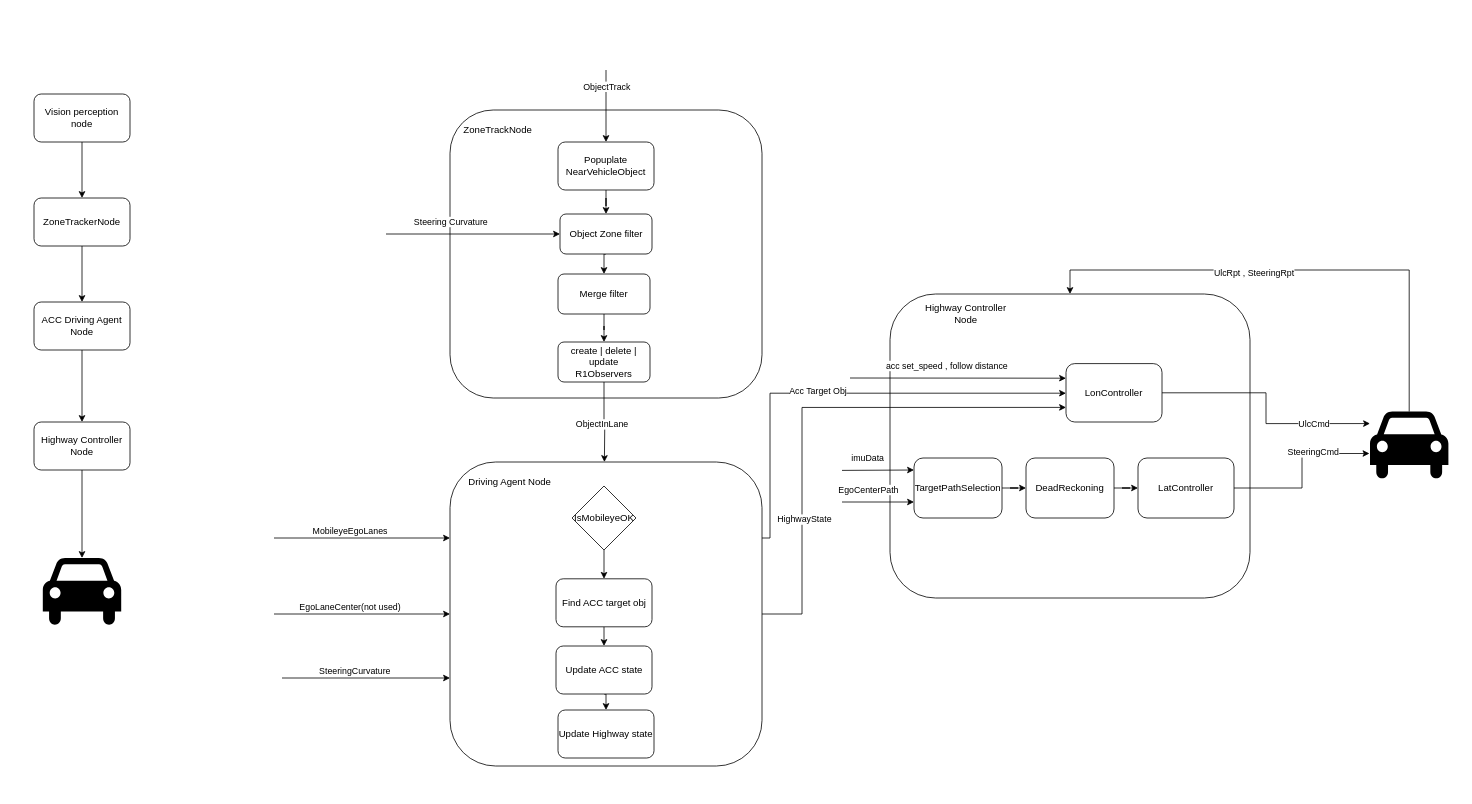
Before: dataspeed_lka_acc.drawio in Narendarselva/autoware_docs, a draw.io diagram. Source tidied: cells renumbered, new cells numbered last; positions are measured from the earlier drawing's top-left corner, leaving out a move shared by most shapes. Both pictures are drawn from the tidied source at 80%, with x=0, y=0 at pixel (34, 70).
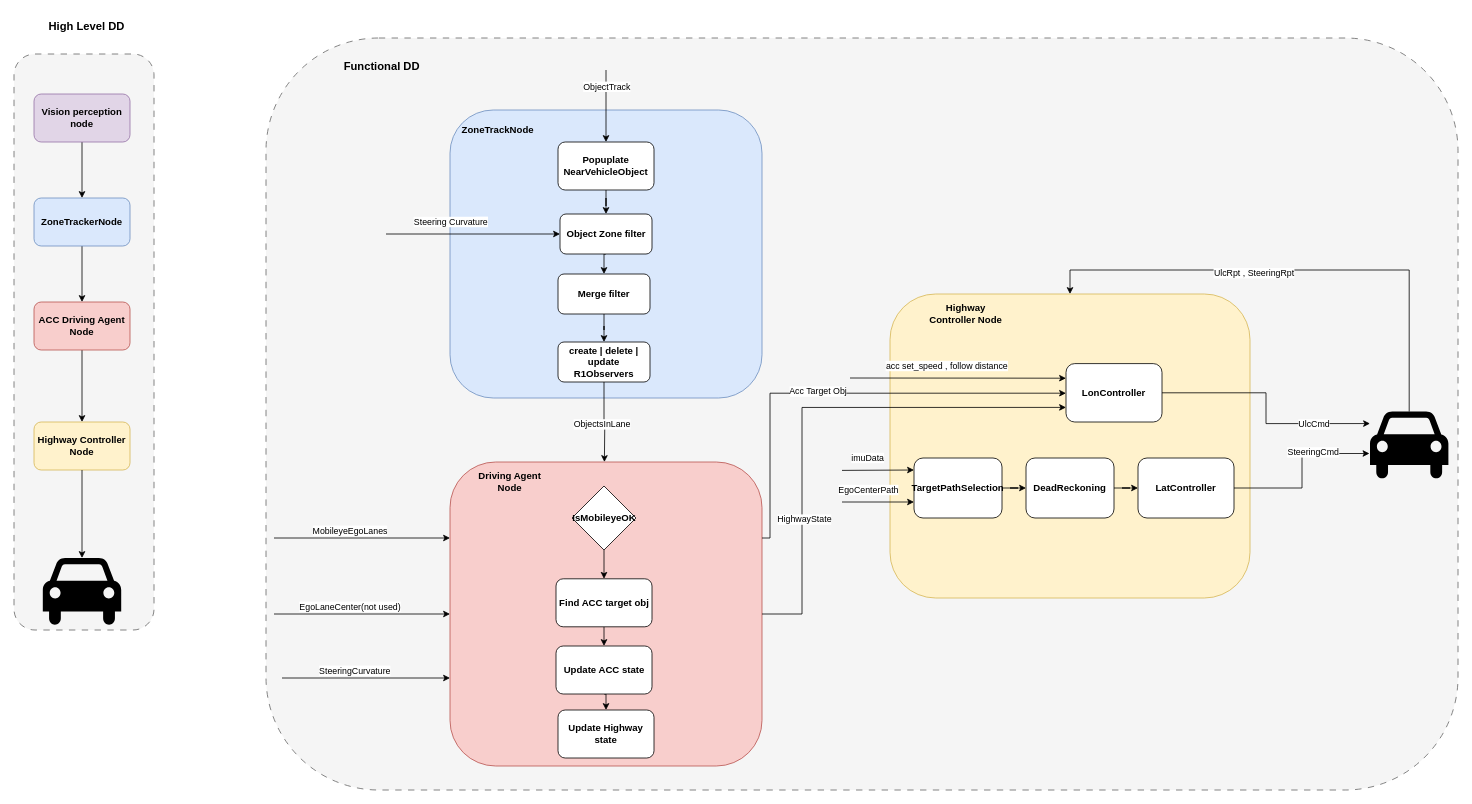
After the change.

Unchanged cells that the change refers to:
```xml
<mxCell id="21" style="edgeStyle=orthogonalEdgeStyle;rounded=0;jettySize=auto;html=1;exitX=0.5;exitY=1;exitDx=0;exitDy=0;" parent="1" edge="1" source="23">
  <mxGeometry relative="1" as="geometry">
    <mxPoint x="713" y="490" as="targetPoint" />
  </mxGeometry>
</mxCell>
```

Diff of the diagram source:
```diff
@@
+    <mxCell id="66" style="rounded=1;whiteSpace=wrap;html=1;dashed=1;dashPattern=8 8;fillColor=#f5f5f5;fontColor=#333333;strokeColor=#666666;" parent="1" vertex="1">
+      <mxGeometry x="290" y="-40" width="1490" height="940" as="geometry" />
+    </mxCell>
+    <mxCell id="67" style="rounded=1;whiteSpace=wrap;html=1;dashed=1;dashPattern=8 8;fillColor=#f5f5f5;fontColor=#333333;strokeColor=#666666;" parent="1" vertex="1">
+      <mxGeometry x="-25" y="-20" width="175" height="720" as="geometry" />
+    </mxCell>
-    <mxCell id="2" style="rounded=1;whiteSpace=wrap;html=1;" parent="1" vertex="1">
+    <mxCell id="2" style="rounded=1;whiteSpace=wrap;html=1;fillColor=#f8cecc;strokeColor=#b85450;" parent="1" vertex="1">
       <mxGeometry x="520" y="490" width="390" height="380" as="geometry" />
     </mxCell>
@@
-    <mxCell id="4" value="ACC Driving Agent Node" style="rounded=1;whiteSpace=wrap;html=1;" parent="1" vertex="1">
+    <mxCell id="4" value="&lt;b&gt;ACC Driving Agent Node&lt;/b&gt;" style="rounded=1;whiteSpace=wrap;html=1;fillColor=#f8cecc;strokeColor=#b85450;" parent="1" vertex="1">
       <mxGeometry y="290" width="120" height="60" as="geometry" />
     </mxCell>
@@
-    <mxCell id="6" value="ZoneTrackerNode" style="rounded=1;whiteSpace=wrap;html=1;" parent="1" vertex="1">
+    <mxCell id="6" value="&lt;b&gt;ZoneTrackerNode&lt;/b&gt;" style="rounded=1;whiteSpace=wrap;html=1;fillColor=#dae8fc;strokeColor=#6c8ebf;" parent="1" vertex="1">
       <mxGeometry y="160" width="120" height="60" as="geometry" />
     </mxCell>
-    <mxCell id="7" value="Highway Controller Node" style="rounded=1;whiteSpace=wrap;html=1;" parent="1" vertex="1">
+    <mxCell id="7" value="&lt;b&gt;Highway Controller Node&lt;/b&gt;" style="rounded=1;whiteSpace=wrap;html=1;fillColor=#fff2cc;strokeColor=#d6b656;" parent="1" vertex="1">
       <mxGeometry y="440" width="120" height="60" as="geometry" />
     </mxCell>
@@
-    <mxCell id="10" style="rounded=1;whiteSpace=wrap;html=1;" parent="1" vertex="1">
+    <mxCell id="10" style="rounded=1;whiteSpace=wrap;html=1;fillColor=#dae8fc;strokeColor=#6c8ebf;" parent="1" vertex="1">
       <mxGeometry x="520" y="50" width="390" height="360" as="geometry" />
     </mxCell>
@@
-    <mxCell id="14" value="Vision perception node" style="rounded=1;whiteSpace=wrap;html=1;" parent="1" vertex="1">
+    <mxCell id="14" value="&lt;b&gt;Vision perception node&lt;/b&gt;" style="rounded=1;whiteSpace=wrap;html=1;fillColor=#e1d5e7;strokeColor=#9673a6;" parent="1" vertex="1">
       <mxGeometry y="30" width="120" height="60" as="geometry" />
     </mxCell>
@@
-    <mxCell id="16" value="Popuplate NearVehicleObject" style="rounded=1;whiteSpace=wrap;html=1;" parent="1" vertex="1">
+    <mxCell id="16" value="&lt;b&gt;Popuplate NearVehicleObject&lt;/b&gt;" style="rounded=1;whiteSpace=wrap;html=1;" parent="1" vertex="1">
       <mxGeometry x="655" y="90" width="120" height="60" as="geometry" />
     </mxCell>
@@
-    <mxCell id="18" value="Object Zone filter" style="rounded=1;whiteSpace=wrap;html=1;" parent="1" vertex="1">
+    <mxCell id="18" value="&lt;b&gt;Object Zone filter&lt;/b&gt;" style="rounded=1;whiteSpace=wrap;html=1;" parent="1" vertex="1">
       <mxGeometry x="657.5" y="180" width="115" height="50" as="geometry" />
     </mxCell>
@@
-    <mxCell id="20" value="Merge filter" style="rounded=1;whiteSpace=wrap;html=1;" parent="1" vertex="1">
+    <mxCell id="20" value="&lt;b&gt;Merge filter&lt;/b&gt;" style="rounded=1;whiteSpace=wrap;html=1;" parent="1" vertex="1">
       <mxGeometry x="655" y="255" width="115" height="50" as="geometry" />
     </mxCell>
@@
-    <mxCell id="22" value="ObjectInLane" style="edgeLabel;html=1;align=center;verticalAlign=middle;" parent="21" vertex="1">
+    <mxCell id="22" value="ObjectsInLane" style="edgeLabel;html=1;align=center;verticalAlign=middle;" parent="21" vertex="1">
       <mxGeometry x="0.06" y="-4" relative="1" as="geometry" />
     </mxCell>
-    <mxCell id="23" value="create | delete | update&lt;br&gt;R1Observers" style="rounded=1;whiteSpace=wrap;html=1;" parent="1" vertex="1">
+    <mxCell id="23" value="&lt;b&gt;create | delete | update&lt;br&gt;R1Observers&lt;/b&gt;" style="rounded=1;whiteSpace=wrap;html=1;" parent="1" vertex="1">
       <mxGeometry x="655" y="340" width="115" height="50" as="geometry" />
     </mxCell>
-    <mxCell id="24" value="ZoneTrackNode" style="text;html=1;align=center;verticalAlign=middle;whiteSpace=wrap;rounded=0;" parent="1" vertex="1">
+    <mxCell id="24" value="&lt;b&gt;ZoneTrackNode&lt;/b&gt;" style="text;html=1;align=center;verticalAlign=middle;whiteSpace=wrap;rounded=0;" parent="1" vertex="1">
       <mxGeometry x="550" y="60" width="60" height="30" as="geometry" />
     </mxCell>
-    <mxCell id="25" value="Driving Agent Node" style="text;html=1;align=center;verticalAlign=middle;whiteSpace=wrap;rounded=0;" parent="1" vertex="1">
+    <mxCell id="25" value="&lt;b&gt;Driving Agent Node&lt;/b&gt;" style="text;html=1;align=center;verticalAlign=middle;whiteSpace=wrap;rounded=0;" parent="1" vertex="1">
       <mxGeometry x="540" y="500" width="110" height="30" as="geometry" />
     </mxCell>
@@
-    <mxCell id="35" value="IsMobileyeOK" style="rhombus;whiteSpace=wrap;html=1;" parent="1" vertex="1">
+    <mxCell id="35" value="&lt;b&gt;IsMobileyeOK&lt;/b&gt;" style="rhombus;whiteSpace=wrap;html=1;" parent="1" vertex="1">
       <mxGeometry x="672.5" y="520" width="80" height="80" as="geometry" />
     </mxCell>
@@
-    <mxCell id="37" value="Find ACC target obj" style="rounded=1;whiteSpace=wrap;html=1;" parent="1" vertex="1">
+    <mxCell id="37" value="&lt;b&gt;Find ACC target obj&lt;/b&gt;" style="rounded=1;whiteSpace=wrap;html=1;" parent="1" vertex="1">
       <mxGeometry x="652.5" y="636" width="120" height="60" as="geometry" />
     </mxCell>
@@
-    <mxCell id="39" value="Update ACC state" style="rounded=1;whiteSpace=wrap;html=1;" parent="1" vertex="1">
+    <mxCell id="39" value="&lt;b&gt;Update ACC state&lt;/b&gt;" style="rounded=1;whiteSpace=wrap;html=1;" parent="1" vertex="1">
       <mxGeometry x="652.5" y="720" width="120" height="60" as="geometry" />
     </mxCell>
-    <mxCell id="40" value="Update Highway state" style="rounded=1;whiteSpace=wrap;html=1;" parent="1" vertex="1">
+    <mxCell id="40" value="&lt;b&gt;Update Highway state&lt;/b&gt;" style="rounded=1;whiteSpace=wrap;html=1;" parent="1" vertex="1">
       <mxGeometry x="655" y="800" width="120" height="60" as="geometry" />
     </mxCell>
-    <mxCell id="41" style="rounded=1;whiteSpace=wrap;html=1;" parent="1" vertex="1">
+    <mxCell id="41" style="rounded=1;whiteSpace=wrap;html=1;fillColor=#fff2cc;strokeColor=#d6b656;" parent="1" vertex="1">
       <mxGeometry x="1070" y="280" width="450" height="380" as="geometry" />
     </mxCell>
-    <mxCell id="42" value="Highway Controller Node" style="text;html=1;align=center;verticalAlign=middle;whiteSpace=wrap;rounded=0;" parent="1" vertex="1">
+    <mxCell id="42" value="&lt;b&gt;Highway Controller Node&lt;/b&gt;" style="text;html=1;align=center;verticalAlign=middle;whiteSpace=wrap;rounded=0;" parent="1" vertex="1">
       <mxGeometry x="1110" y="290" width="110" height="30" as="geometry" />
     </mxCell>
@@
-    <mxCell id="51" value="TargetPathSelection" style="rounded=1;whiteSpace=wrap;html=1;" parent="1" vertex="1">
+    <mxCell id="51" value="&lt;b&gt;TargetPathSelection&lt;/b&gt;" style="rounded=1;whiteSpace=wrap;html=1;" parent="1" vertex="1">
       <mxGeometry x="1100" y="485" width="110" height="75" as="geometry" />
     </mxCell>
-    <mxCell id="52" value="LonController" style="rounded=1;whiteSpace=wrap;html=1;" parent="1" vertex="1">
+    <mxCell id="52" value="&lt;b&gt;LonController&lt;/b&gt;" style="rounded=1;whiteSpace=wrap;html=1;" parent="1" vertex="1">
       <mxGeometry x="1290" y="367" width="120" height="73" as="geometry" />
     </mxCell>
-    <mxCell id="53" value="LatController" style="rounded=1;whiteSpace=wrap;html=1;" parent="1" vertex="1">
+    <mxCell id="53" value="&lt;b&gt;LatController&lt;/b&gt;" style="rounded=1;whiteSpace=wrap;html=1;" parent="1" vertex="1">
       <mxGeometry x="1380" y="485" width="120" height="75" as="geometry" />
     </mxCell>
@@
-    <mxCell id="61" value="DeadReckoning" style="rounded=1;whiteSpace=wrap;html=1;" parent="1" vertex="1">
+    <mxCell id="61" value="&lt;b&gt;DeadReckoning&lt;/b&gt;" style="rounded=1;whiteSpace=wrap;html=1;" parent="1" vertex="1">
       <mxGeometry x="1240" y="485" width="110" height="75" as="geometry" />
     </mxCell>
@@
+    <mxCell id="68" value="&lt;font style=&quot;font-size: 14px;&quot;&gt;&lt;b&gt;High Level DD&lt;/b&gt;&lt;/font&gt;" style="text;html=1;align=center;verticalAlign=middle;whiteSpace=wrap;rounded=0;" parent="1" vertex="1">
+      <mxGeometry x="11" y="-70" width="110" height="30" as="geometry" />
+    </mxCell>
+    <mxCell id="69" value="&lt;b&gt;&lt;font style=&quot;font-size: 14px;&quot;&gt;Functional DD&lt;/font&gt;&lt;/b&gt;" style="text;html=1;align=center;verticalAlign=middle;whiteSpace=wrap;rounded=0;" parent="1" vertex="1">
+      <mxGeometry x="380" y="-20" width="110" height="30" as="geometry" />
+    </mxCell>
```
